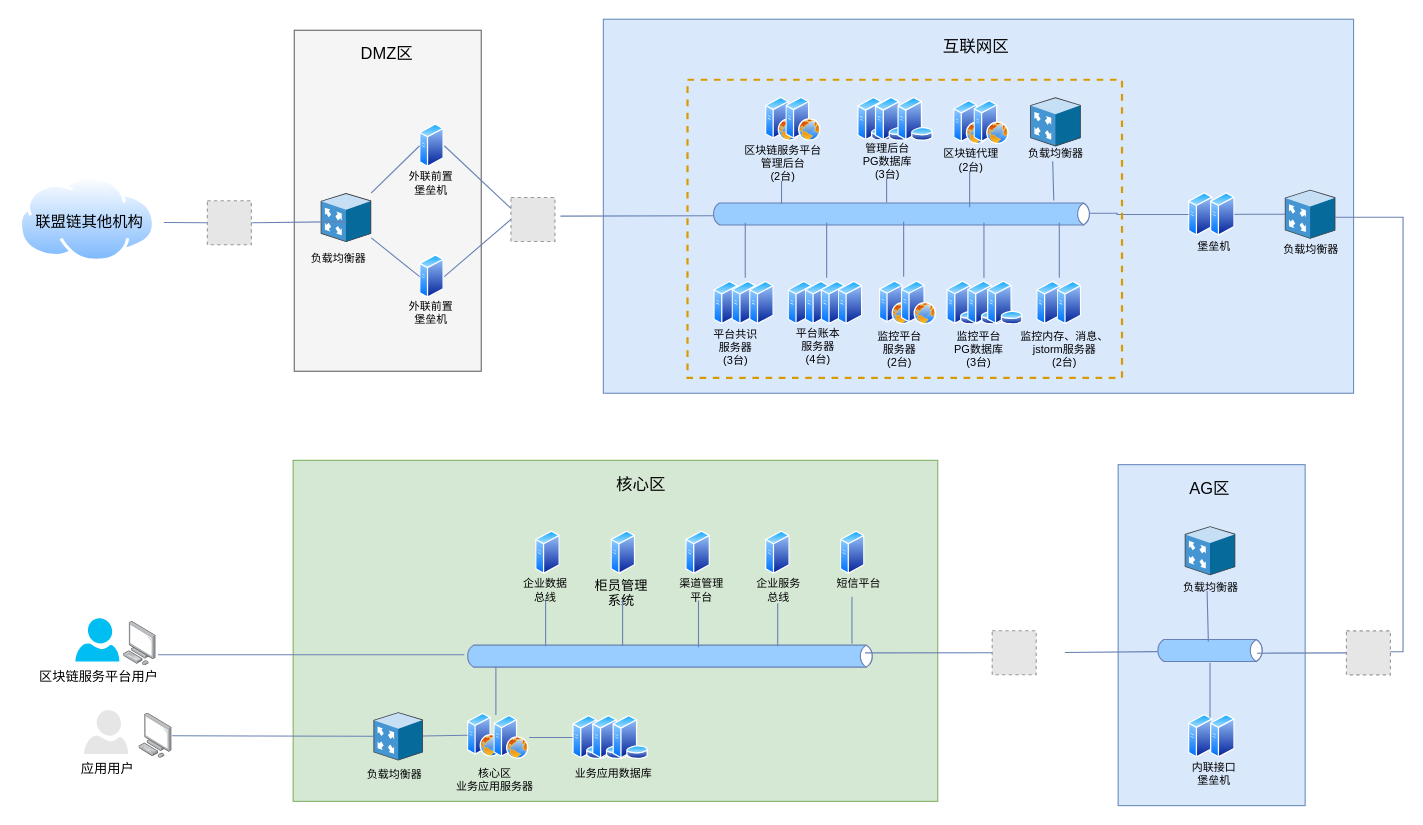
Before: repository/drawio/postb/联盟链部署全局视图_new.drawio in dilide/collections, a draw.io diagram. Source tidied: cells renumbered, new cells numbered last; positions are measured from the earlier drawing's top-left corner, leaving out a move shared by most shapes. Both pictures are drawn from the tidied source at 110%, with x=0, y=0 at pixel (19, 19). Pictures stored in the file or linked from it are replaced by grey dashed boxes.
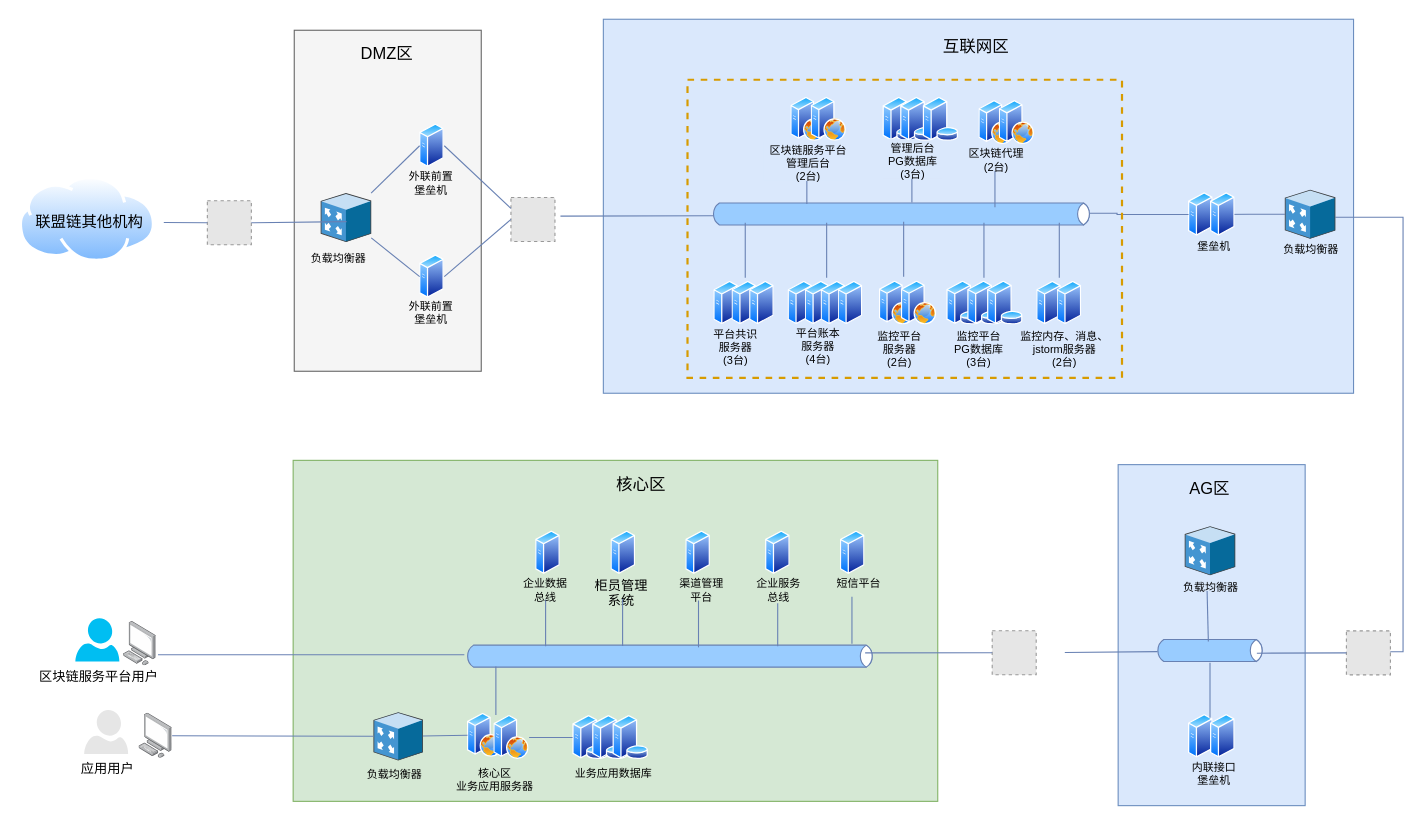
The same diagram, later.

Commit message (it also covers changes not shown here):
Update 联盟链部署全局视图_new.drawio

Diff of the diagram source:
```diff
@@
     <mxCell id="89" style="strokeColor=#6881B3;edgeStyle=none;rounded=0;endArrow=none;html=1;strokeWidth=1;fontSize=12;" parent="1" edge="1">
       <mxGeometry relative="1" as="geometry">
-        <mxPoint x="693" y="125" as="sourcePoint" />
-        <mxPoint x="693" y="167.9" as="targetPoint" />
+        <mxPoint x="716" y="125" as="sourcePoint" />
+        <mxPoint x="716" y="167.9" as="targetPoint" />
       </mxGeometry>
     </mxCell>
     <mxCell id="90" style="strokeColor=#6881B3;edgeStyle=none;rounded=0;endArrow=none;html=1;strokeWidth=1;fontSize=12;" parent="1" edge="1">
       <mxGeometry relative="1" as="geometry">
-        <mxPoint x="788.5" y="124.5" as="sourcePoint" />
-        <mxPoint x="788.5" y="166.7" as="targetPoint" />
+        <mxPoint x="811.5" y="124.5" as="sourcePoint" />
+        <mxPoint x="811.5" y="166.7" as="targetPoint" />
       </mxGeometry>
     </mxCell>
@@
     <mxCell id="92" value="区块链服务平台&lt;br&gt;管理后台&lt;br&gt;(2台)" style="text;html=1;align=center;verticalAlign=top;spacingTop=-4;fontSize=10;fillColor=#DAE8FC;" parent="1" vertex="1">
-      <mxGeometry x="654" y="111" width="80" height="36" as="geometry" />
+      <mxGeometry x="677" y="111" width="80" height="36" as="geometry" />
     </mxCell>
@@
     <mxCell id="96" style="perimeter=ellipsePerimeter;html=1;align=center;shadow=0;dashed=0;spacingTop=3;image;image=img/lib/active_directory/web_server.svg;strokeColor=#6881B3;strokeWidth=1;fillColor=#99CCFF;fontSize=12;" parent="1" vertex="1">
-      <mxGeometry x="678.5" y="71" width="32" height="40" as="geometry" />
+      <mxGeometry x="701.5" y="71" width="32" height="40" as="geometry" />
     </mxCell>
     <mxCell id="97" style="perimeter=ellipsePerimeter;html=1;align=center;shadow=0;dashed=0;spacingTop=3;image;image=img/lib/active_directory/web_server.svg;strokeColor=#6881B3;strokeWidth=1;fillColor=#99CCFF;fontSize=12;" parent="1" vertex="1">
-      <mxGeometry x="697" y="71" width="32" height="40" as="geometry" />
+      <mxGeometry x="720" y="71" width="32" height="40" as="geometry" />
     </mxCell>
     <mxCell id="98" style="perimeter=ellipsePerimeter;html=1;align=center;shadow=0;dashed=0;spacingTop=3;image;image=img/lib/active_directory/database_server.svg;strokeColor=#6881B3;strokeWidth=1;fillColor=#99CCFF;fontSize=8;" parent="1" vertex="1">
-      <mxGeometry x="762" y="71" width="32.8" height="40" as="geometry" />
+      <mxGeometry x="785" y="71" width="32.8" height="40" as="geometry" />
     </mxCell>
     <mxCell id="99" value="管理后台&lt;br style=&quot;font-size: 10px&quot;&gt;PG数据库&lt;br&gt;(3台)" style="text;html=1;align=center;verticalAlign=top;spacingTop=-4;fillColor=#DAE8FC;fontSize=10;" parent="1" vertex="1">
-      <mxGeometry x="762" y="109" width="54" height="36" as="geometry" />
+      <mxGeometry x="785" y="109" width="54" height="36" as="geometry" />
     </mxCell>
     <mxCell id="100" style="perimeter=ellipsePerimeter;html=1;align=center;shadow=0;dashed=0;spacingTop=3;image;image=img/lib/active_directory/database_server.svg;strokeColor=#6881B3;strokeWidth=1;fillColor=#99CCFF;fontSize=8;" parent="1" vertex="1">
-      <mxGeometry x="778" y="71" width="32.8" height="40" as="geometry" />
+      <mxGeometry x="801" y="71" width="32.8" height="40" as="geometry" />
     </mxCell>
     <mxCell id="101" style="perimeter=ellipsePerimeter;html=1;align=center;shadow=0;dashed=0;spacingTop=3;image;image=img/lib/active_directory/database_server.svg;strokeColor=#6881B3;strokeWidth=1;fillColor=#99CCFF;fontSize=8;" parent="1" vertex="1">
-      <mxGeometry x="798.5" y="71" width="32.8" height="40" as="geometry" />
+      <mxGeometry x="821.5" y="71" width="32.8" height="40" as="geometry" />
     </mxCell>
@@
-    <mxCell id="112" style="shadow=0;dashed=0;html=1;labelPosition=center;verticalLabelPosition=bottom;verticalAlign=top;align=center;shape=mxgraph.veeam.3d.proxy_appliance;direction=east;" parent="1" vertex="1">
-      <mxGeometry x="919" y="71" width="46" height="44.6" as="geometry" />
-    </mxCell>
-    <mxCell id="113" value="负载均衡器" style="text;html=1;align=center;verticalAlign=top;spacingTop=-4;fontSize=10;" parent="1" vertex="1">
-      <mxGeometry x="912" y="114" width="60" height="10" as="geometry" />
-    </mxCell>
-    <mxCell id="114" style="endArrow=none;html=1;strokeColor=#6881B3;strokeWidth=1;fontSize=8;exitX=0.485;exitY=-0.318;exitDx=0;exitDy=0;exitPerimeter=0;" parent="1" edge="1">
-      <mxGeometry relative="1" as="geometry">
-        <mxPoint x="940.5" y="164.8" as="sourcePoint" />
-        <mxPoint x="939.5" y="129" as="targetPoint" />
-      </mxGeometry>
-    </mxCell>
@@
     <mxCell id="125" style="strokeColor=#6881B3;edgeStyle=none;rounded=0;endArrow=none;html=1;strokeWidth=1;fontSize=12;" parent="1" edge="1">
       <mxGeometry relative="1" as="geometry">
-        <mxPoint x="864" y="128" as="sourcePoint" />
-        <mxPoint x="864" y="170.9" as="targetPoint" />
+        <mxPoint x="887" y="128" as="sourcePoint" />
+        <mxPoint x="887" y="170.9" as="targetPoint" />
       </mxGeometry>
     </mxCell>
     <mxCell id="126" value="区块链代理&lt;br&gt;(2台)" style="text;html=1;align=center;verticalAlign=top;spacingTop=-4;fontSize=10;fillColor=#DAE8FC;" parent="1" vertex="1">
-      <mxGeometry x="835" y="114" width="60" height="24" as="geometry" />
+      <mxGeometry x="858" y="114" width="60" height="24" as="geometry" />
     </mxCell>
     <mxCell id="127" style="perimeter=ellipsePerimeter;html=1;align=center;shadow=0;dashed=0;spacingTop=3;image;image=img/lib/active_directory/web_server.svg;strokeColor=#6881B3;strokeWidth=1;fillColor=#99CCFF;fontSize=12;" parent="1" vertex="1">
-      <mxGeometry x="849.5" y="74" width="32" height="40" as="geometry" />
+      <mxGeometry x="872.5" y="74" width="32" height="40" as="geometry" />
     </mxCell>
     <mxCell id="128" style="perimeter=ellipsePerimeter;html=1;align=center;shadow=0;dashed=0;spacingTop=3;image;image=img/lib/active_directory/web_server.svg;strokeColor=#6881B3;strokeWidth=1;fillColor=#99CCFF;fontSize=12;" parent="1" vertex="1">
-      <mxGeometry x="868" y="74" width="32" height="40" as="geometry" />
+      <mxGeometry x="891" y="74" width="32" height="40" as="geometry" />
     </mxCell>
```
